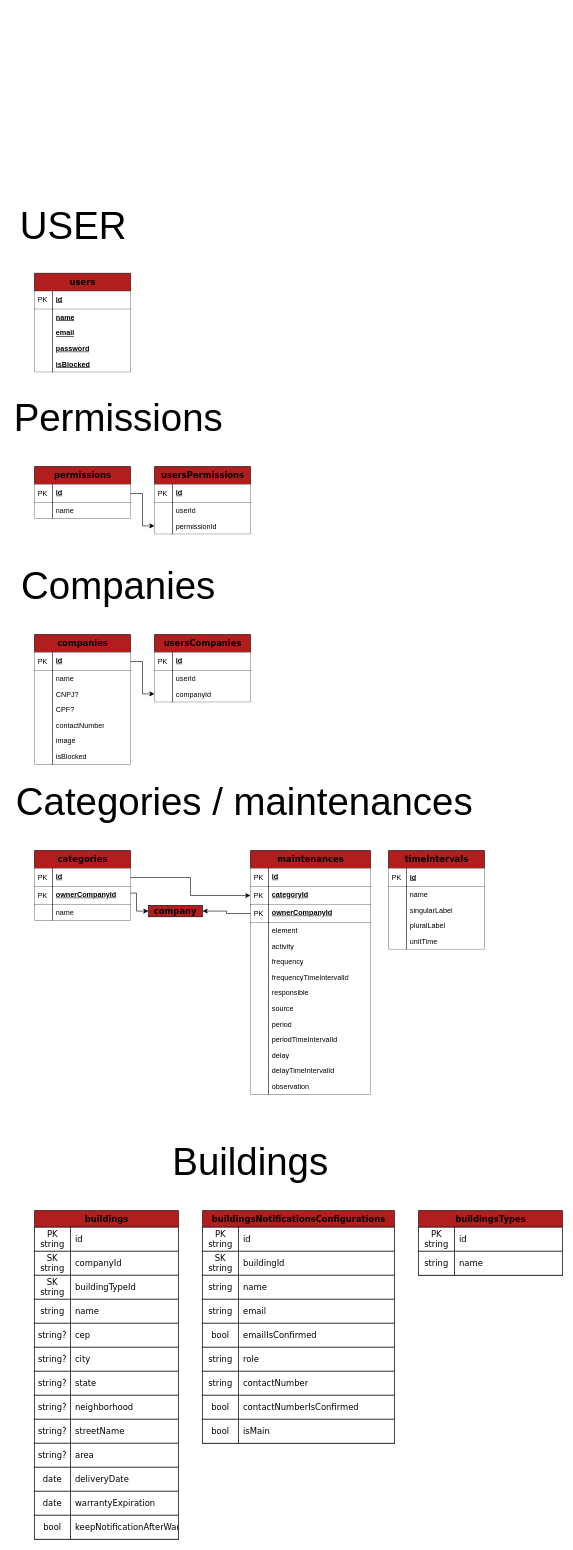
Before: src/docs/Easy Alert.drawio in easy-alert/server, a draw.io diagram. Source tidied: cells renumbered, new cells numbered last; positions are measured from the earlier drawing's top-left corner, leaving out a move shared by most shapes. Both pictures are drawn from the tidied source at 60%, with x=0, y=0 at pixel (10, 202).
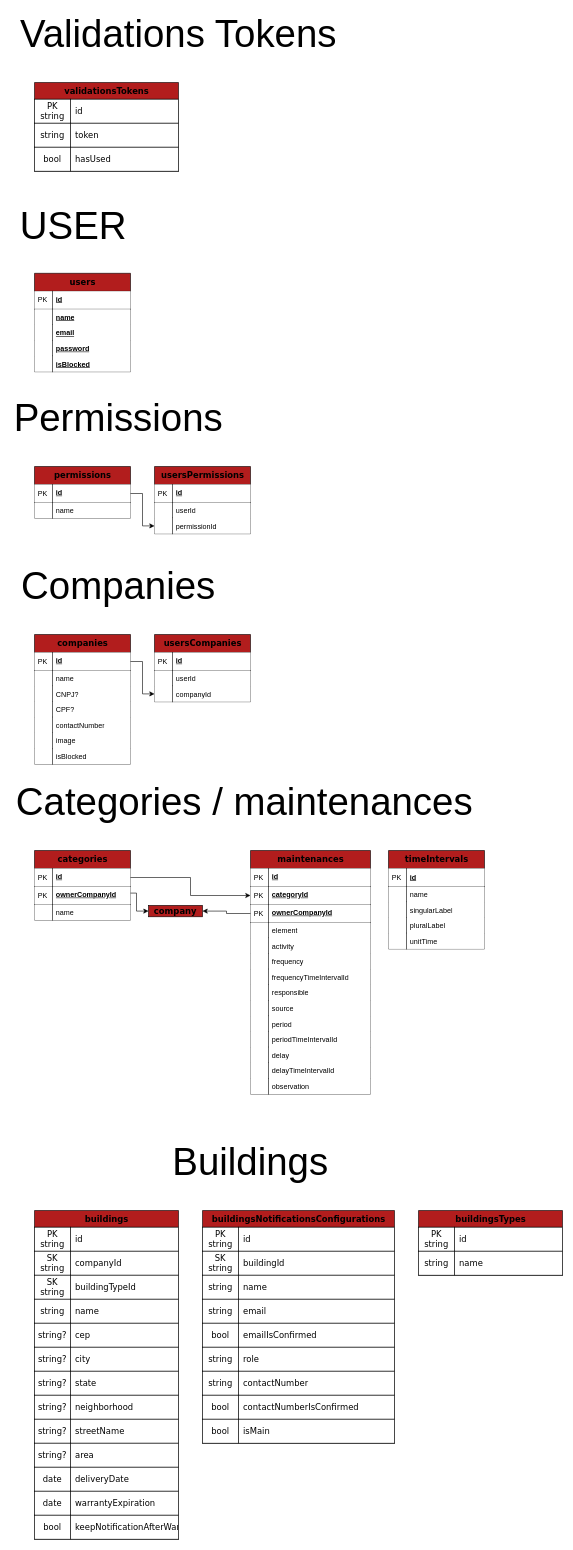
The same diagram, later.

Change to the diagram source:
```diff
@@
+    <mxCell id="180" value="validationsTokens" style="shape=table;startSize=28;childLayout=tableLayout;rowLines=1;fontStyle=1;align=center;rounded=0;shadow=0;labelBackgroundColor=none;labelBorderColor=none;comic=0;sketch=0;fontFamily=Verdana;fontSize=14;fontColor=default;strokeColor=default;strokeWidth=1;fillColor=#B21D1D;gradientColor=none;html=1;" parent="1" vertex="1">
+      <mxGeometry x="40" y="-200" width="240" height="148" as="geometry" />
+    </mxCell>
+    <mxCell id="181" style="shape=partialRectangle;html=1;whiteSpace=wrap;fillColor=none;top=0;left=0;bottom=1;right=0;rounded=0;shadow=0;labelBackgroundColor=none;labelBorderColor=none;comic=0;sketch=0;fontFamily=Verdana;fontSize=14;fontColor=default;startSize=26;strokeColor=default;strokeWidth=1;" parent="180" vertex="1">
+      <mxGeometry y="28" width="240" height="40" as="geometry" />
+    </mxCell>
+    <mxCell id="182" value="PK&lt;br&gt;string" style="shape=partialRectangle;html=1;whiteSpace=wrap;fillColor=default;top=1;left=1;bottom=1;right=1;overflow=hidden;rounded=0;shadow=0;labelBackgroundColor=none;labelBorderColor=none;comic=0;sketch=0;fontFamily=Verdana;fontSize=14;fontColor=default;startSize=26;strokeColor=default;strokeWidth=1;align=center;" parent="181" vertex="1">
+      <mxGeometry width="60" height="40" as="geometry" />
+    </mxCell>
+    <mxCell id="183" value="id" style="shape=partialRectangle;html=1;whiteSpace=wrap;fillColor=default;top=1;left=1;bottom=1;right=1;align=left;spacingLeft=6;overflow=hidden;rounded=0;shadow=0;labelBackgroundColor=none;labelBorderColor=none;comic=0;sketch=0;fontFamily=Verdana;fontSize=14;fontColor=default;startSize=26;strokeColor=default;strokeWidth=1;" parent="181" vertex="1">
+      <mxGeometry x="60" width="180" height="40" as="geometry" />
+    </mxCell>
+    <mxCell id="184" style="shape=partialRectangle;html=1;whiteSpace=wrap;fillColor=none;top=0;left=0;bottom=1;right=0;rounded=0;shadow=0;labelBackgroundColor=none;labelBorderColor=none;comic=0;sketch=0;fontFamily=Verdana;fontSize=14;fontColor=default;startSize=26;strokeColor=default;strokeWidth=1;" parent="180" vertex="1">
+      <mxGeometry y="68" width="240" height="40" as="geometry" />
+    </mxCell>
+    <mxCell id="185" value="string" style="shape=partialRectangle;html=1;whiteSpace=wrap;fillColor=default;top=1;left=1;bottom=1;right=1;overflow=hidden;rounded=0;shadow=0;labelBackgroundColor=none;labelBorderColor=none;comic=0;sketch=0;fontFamily=Verdana;fontSize=14;fontColor=default;startSize=26;strokeColor=default;strokeWidth=1;align=center;" parent="184" vertex="1">
+      <mxGeometry width="60" height="40" as="geometry" />
+    </mxCell>
+    <mxCell id="186" value="token" style="shape=partialRectangle;html=1;whiteSpace=wrap;fillColor=default;top=1;left=1;bottom=1;right=1;align=left;spacingLeft=6;overflow=hidden;rounded=0;shadow=0;labelBackgroundColor=none;labelBorderColor=none;comic=0;sketch=0;fontFamily=Verdana;fontSize=14;fontColor=default;startSize=26;strokeColor=default;strokeWidth=1;" parent="184" vertex="1">
+      <mxGeometry x="60" width="180" height="40" as="geometry" />
+    </mxCell>
+    <mxCell id="187" style="shape=partialRectangle;html=1;whiteSpace=wrap;fillColor=none;top=0;left=0;bottom=1;right=0;rounded=0;shadow=0;labelBackgroundColor=none;labelBorderColor=none;comic=0;sketch=0;fontFamily=Verdana;fontSize=14;fontColor=default;startSize=26;strokeColor=default;strokeWidth=1;" parent="180" vertex="1">
+      <mxGeometry y="108" width="240" height="40" as="geometry" />
+    </mxCell>
+    <mxCell id="188" value="bool" style="shape=partialRectangle;html=1;whiteSpace=wrap;fillColor=default;top=1;left=1;bottom=1;right=1;overflow=hidden;rounded=0;shadow=0;labelBackgroundColor=none;labelBorderColor=none;comic=0;sketch=0;fontFamily=Verdana;fontSize=14;fontColor=default;startSize=26;strokeColor=default;strokeWidth=1;align=center;" parent="187" vertex="1">
+      <mxGeometry width="60" height="40" as="geometry" />
+    </mxCell>
+    <mxCell id="189" value="hasUsed" style="shape=partialRectangle;html=1;whiteSpace=wrap;fillColor=default;top=1;left=1;bottom=1;right=1;align=left;spacingLeft=6;overflow=hidden;rounded=0;shadow=0;labelBackgroundColor=none;labelBorderColor=none;comic=0;sketch=0;fontFamily=Verdana;fontSize=14;fontColor=default;startSize=26;strokeColor=default;strokeWidth=1;" parent="187" vertex="1">
+      <mxGeometry x="60" width="180" height="40" as="geometry" />
+    </mxCell>
+    <mxCell id="190" value="&lt;font style=&quot;font-size: 64px&quot;&gt;Validations Tokens&lt;/font&gt;" style="text;html=1;strokeColor=none;fillColor=none;align=center;verticalAlign=middle;whiteSpace=wrap;rounded=0;" parent="1" vertex="1">
+      <mxGeometry y="-320" width="560" height="80" as="geometry" />
+    </mxCell>
```
